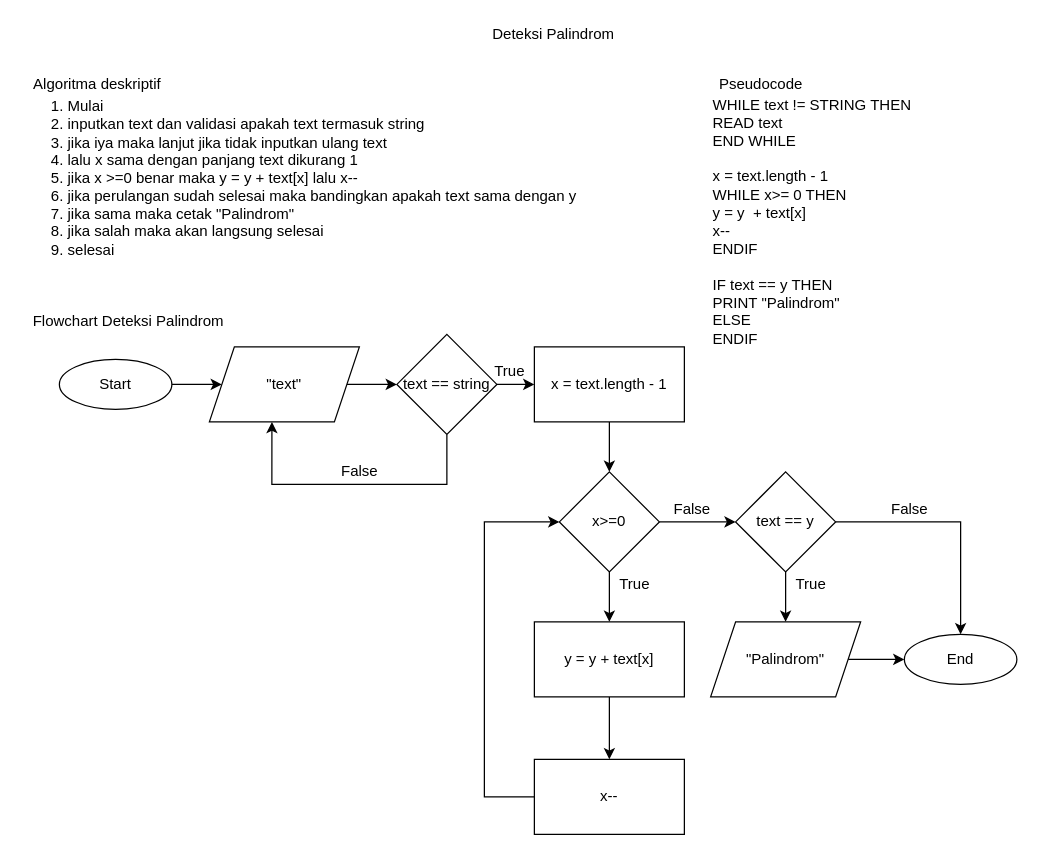
This is Deteksi palindrom.drawio from aviantofan/fw5-algoritma, a draw.io file, before an edit. Source tidied: cells renumbered, new cells numbered last; positions are measured from the earlier drawing's top-left corner, leaving out a move shared by most shapes. Both pictures are drawn from the tidied source at 125%, with x=0, y=0 at pixel (21, 21).
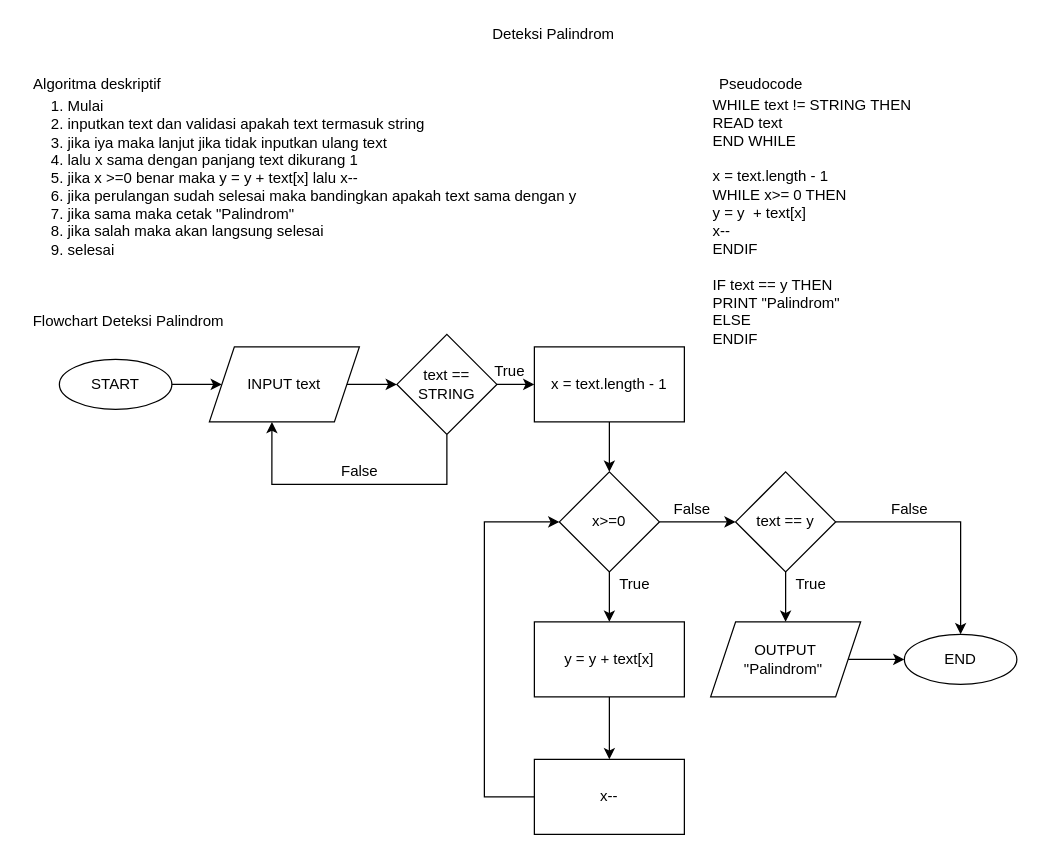
The same page after the edit.

What changed in the source:
```diff
@@
-    <mxCell id="8" value="Start" style="ellipse;whiteSpace=wrap;html=1;" parent="1" vertex="1">
+    <mxCell id="8" value="START" style="ellipse;whiteSpace=wrap;html=1;" parent="1" vertex="1">
       <mxGeometry x="30" y="270" width="90" height="40" as="geometry" />
     </mxCell>
@@
-    <mxCell id="11" value="&quot;text&quot;" style="shape=parallelogram;perimeter=parallelogramPerimeter;whiteSpace=wrap;html=1;fixedSize=1;" parent="1" vertex="1">
+    <mxCell id="11" value="INPUT text" style="shape=parallelogram;perimeter=parallelogramPerimeter;whiteSpace=wrap;html=1;fixedSize=1;" parent="1" vertex="1">
       <mxGeometry x="150" y="260" width="120" height="60" as="geometry" />
     </mxCell>
@@
-    <mxCell id="14" value="text == string" style="rhombus;whiteSpace=wrap;html=1;" parent="1" vertex="1">
+    <mxCell id="14" value="text == STRING" style="rhombus;whiteSpace=wrap;html=1;" parent="1" vertex="1">
       <mxGeometry x="300" y="250" width="80" height="80" as="geometry" />
     </mxCell>
@@
-    <mxCell id="30" value="&quot;Palindrom&quot;" style="shape=parallelogram;perimeter=parallelogramPerimeter;whiteSpace=wrap;html=1;fixedSize=1;" parent="1" vertex="1">
+    <mxCell id="30" value="OUTPUT &quot;Palindrom&quot;&amp;nbsp;" style="shape=parallelogram;perimeter=parallelogramPerimeter;whiteSpace=wrap;html=1;fixedSize=1;" parent="1" vertex="1">
       <mxGeometry x="551" y="480" width="120" height="60" as="geometry" />
     </mxCell>
-    <mxCell id="31" value="End" style="ellipse;whiteSpace=wrap;html=1;" parent="1" vertex="1">
+    <mxCell id="31" value="END" style="ellipse;whiteSpace=wrap;html=1;" parent="1" vertex="1">
       <mxGeometry x="706" y="490" width="90" height="40" as="geometry" />
     </mxCell>
```
